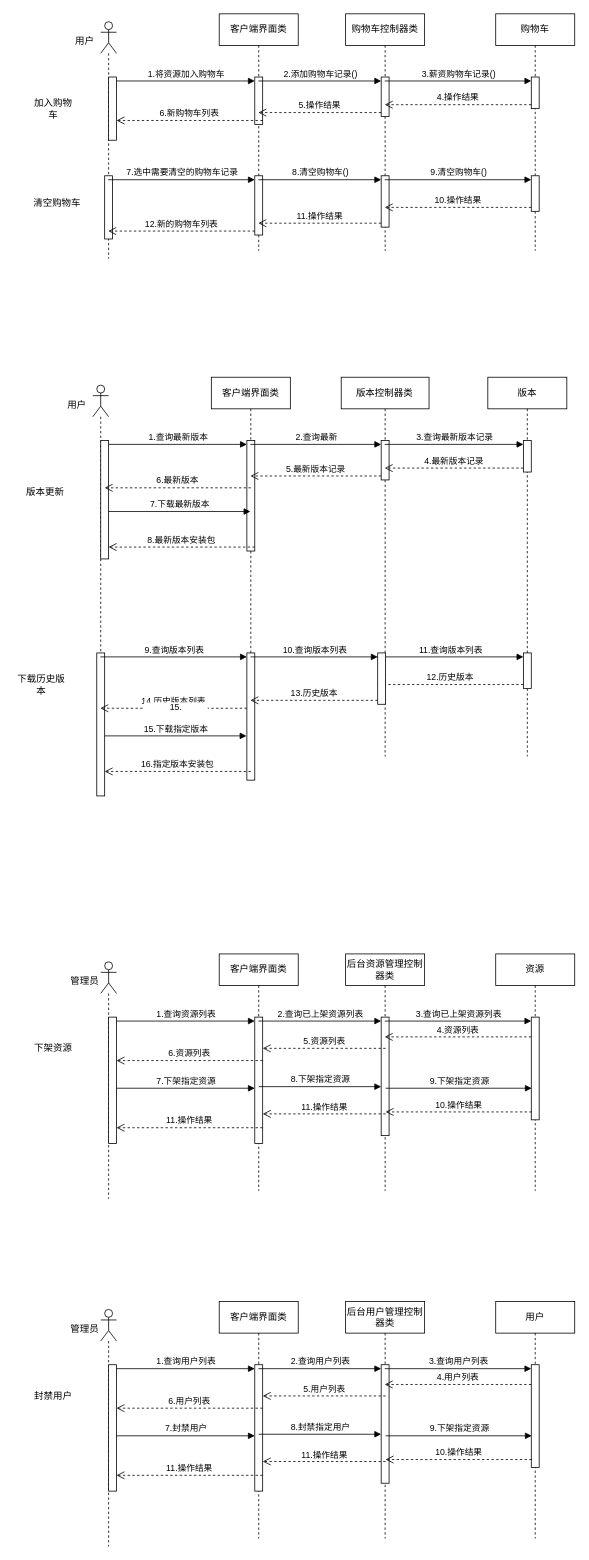
The draw.io diagram 毕设/顺序图.drawio in xiaoguokf/draw.io, before the edit. Source tidied: cells renumbered, new cells numbered last; positions are measured from the earlier drawing's top-left corner, leaving out a move shared by most shapes. Both pictures are drawn from the tidied source at 79%, with x=0, y=0 at pixel (13, 13).
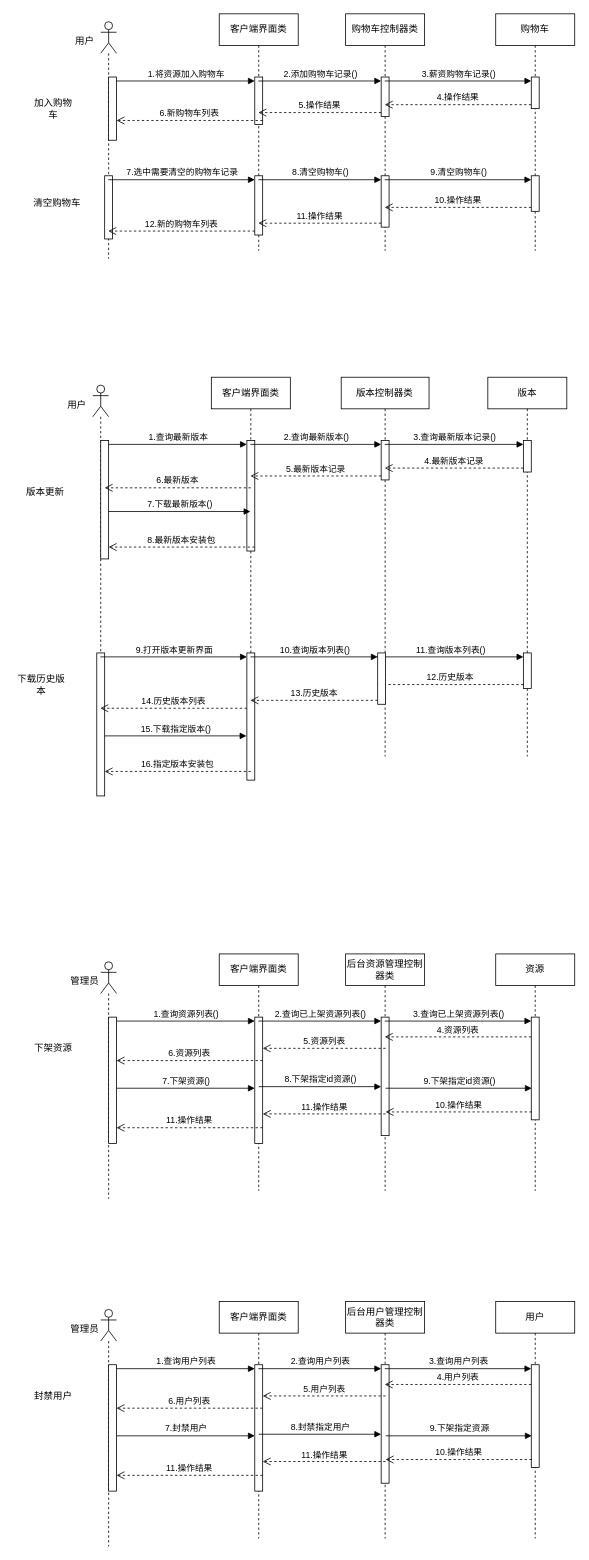
Above is the later version.

Commit message (it also covers changes not shown here):
更新顺序图.drawio

Unchanged cells that the change refers to:
```xml
<mxCell id="31" value="客户端界面类" style="shape=umlLifeline;perimeter=lifelinePerimeter;whiteSpace=wrap;html=1;outlineConnect=0;portConstraint=eastwest;newEdgeStyle={&quot;curved&quot;:0,&quot;rounded&quot;:0};" parent="1" vertex="1">
  <mxGeometry x="250" y="460" width="100" height="460" as="geometry" />
</mxCell>
<mxCell id="33" value="版本控制器类" style="shape=umlLifeline;perimeter=lifelinePerimeter;whiteSpace=wrap;html=1;outlineConnect=0;portConstraint=eastwest;newEdgeStyle={&quot;curved&quot;:0,&quot;rounded&quot;:0};" parent="1" vertex="1">
  <mxGeometry x="414.4" y="460" width="111.2" height="480" as="geometry" />
</mxCell>
<mxCell id="34" style="html=1;points=[[0,0,0,0,5],[0,1,0,0,-5],[1,0,0,0,5],[1,1,0,0,-5]];perimeter=orthogonalPerimeter;outlineConnect=0;targetShapes=umlLifeline;portConstraint=eastwest;newEdgeStyle={&quot;curved&quot;:0,&quot;rounded&quot;:0};" parent="33" vertex="1">
  <mxGeometry x="50.6" y="80" width="10" height="50" as="geometry" />
</mxCell>
<mxCell id="36" style="html=1;points=[[0,0,0,0,5],[0,1,0,0,-5],[1,0,0,0,5],[1,1,0,0,-5]];perimeter=orthogonalPerimeter;outlineConnect=0;targetShapes=umlLifeline;portConstraint=eastwest;newEdgeStyle={&quot;curved&quot;:0,&quot;rounded&quot;:0};" parent="35" vertex="1">
  <mxGeometry x="45" y="80" width="10" height="40" as="geometry" />
</mxCell>
<mxCell id="45" style="html=1;points=[[0,0,0,0,5],[0,1,0,0,-5],[1,0,0,0,5],[1,1,0,0,-5]];perimeter=orthogonalPerimeter;outlineConnect=0;targetShapes=umlLifeline;portConstraint=eastwest;newEdgeStyle={&quot;curved&quot;:0,&quot;rounded&quot;:0};" parent="1" vertex="1">
  <mxGeometry x="295" y="809" width="10" height="161" as="geometry" />
</mxCell>
<mxCell id="46" style="html=1;points=[[0,0,0,0,5],[0,1,0,0,-5],[1,0,0,0,5],[1,1,0,0,-5]];perimeter=orthogonalPerimeter;outlineConnect=0;targetShapes=umlLifeline;portConstraint=eastwest;newEdgeStyle={&quot;curved&quot;:0,&quot;rounded&quot;:0};" parent="1" vertex="1">
  <mxGeometry x="645" y="809" width="10" height="45" as="geometry" />
</mxCell>
<mxCell id="54" style="html=1;points=[[0,0,0,0,5],[0,1,0,0,-5],[1,0,0,0,5],[1,1,0,0,-5]];perimeter=orthogonalPerimeter;outlineConnect=0;targetShapes=umlLifeline;portConstraint=eastwest;newEdgeStyle={&quot;curved&quot;:0,&quot;rounded&quot;:0};" parent="1" vertex="1">
  <mxGeometry x="460.6" y="809" width="10" height="65" as="geometry" />
</mxCell>
<mxCell id="61" style="html=1;points=[[0,0,0,0,5],[0,1,0,0,-5],[1,0,0,0,5],[1,1,0,0,-5]];perimeter=orthogonalPerimeter;outlineConnect=0;targetShapes=umlLifeline;portConstraint=eastwest;newEdgeStyle={&quot;curved&quot;:0,&quot;rounded&quot;:0};" parent="60" vertex="1">
  <mxGeometry x="10" y="70" width="10" height="160" as="geometry" />
</mxCell>
<mxCell id="62" value="客户端界面类" style="shape=umlLifeline;perimeter=lifelinePerimeter;whiteSpace=wrap;html=1;outlineConnect=0;portConstraint=eastwest;newEdgeStyle={&quot;curved&quot;:0,&quot;rounded&quot;:0};" parent="1" vertex="1">
  <mxGeometry x="260" y="1190" width="100" height="300" as="geometry" />
</mxCell>
<mxCell id="63" style="html=1;points=[[0,0,0,0,5],[0,1,0,0,-5],[1,0,0,0,5],[1,1,0,0,-5]];perimeter=orthogonalPerimeter;outlineConnect=0;targetShapes=umlLifeline;portConstraint=eastwest;newEdgeStyle={&quot;curved&quot;:0,&quot;rounded&quot;:0};" parent="62" vertex="1">
  <mxGeometry x="45" y="80" width="10" height="160" as="geometry" />
</mxCell>
<mxCell id="64" value="后台资源管理控制器类" style="shape=umlLifeline;perimeter=lifelinePerimeter;whiteSpace=wrap;html=1;outlineConnect=0;portConstraint=eastwest;newEdgeStyle={&quot;curved&quot;:0,&quot;rounded&quot;:0};" parent="1" vertex="1">
  <mxGeometry x="420" y="1190" width="100" height="300" as="geometry" />
</mxCell>
<mxCell id="65" style="html=1;points=[[0,0,0,0,5],[0,1,0,0,-5],[1,0,0,0,5],[1,1,0,0,-5]];perimeter=orthogonalPerimeter;outlineConnect=0;targetShapes=umlLifeline;portConstraint=eastwest;newEdgeStyle={&quot;curved&quot;:0,&quot;rounded&quot;:0};" parent="64" vertex="1">
  <mxGeometry x="45" y="80" width="10" height="150" as="geometry" />
</mxCell>
<mxCell id="67" style="html=1;points=[[0,0,0,0,5],[0,1,0,0,-5],[1,0,0,0,5],[1,1,0,0,-5]];perimeter=orthogonalPerimeter;outlineConnect=0;targetShapes=umlLifeline;portConstraint=eastwest;newEdgeStyle={&quot;curved&quot;:0,&quot;rounded&quot;:0};" parent="66" vertex="1">
  <mxGeometry x="45" y="80" width="10" height="130" as="geometry" />
</mxCell>
```

Diff of the diagram source:
```diff
@@
-    <mxCell id="40" value="2.查询最新" style="html=1;verticalAlign=bottom;endArrow=block;curved=0;rounded=0;entryX=0;entryY=0;entryDx=0;entryDy=5;" parent="1" edge="1" source="31" target="34">
+    <mxCell id="40" value="2.查询最新版本()" style="html=1;verticalAlign=bottom;endArrow=block;curved=0;rounded=0;entryX=0;entryY=0;entryDx=0;entryDy=5;" parent="1" edge="1" source="31" target="34">
       <mxGeometry relative="1" as="geometry" />
     </mxCell>
@@
-    <mxCell id="42" value="3.查询最新版本记录" style="html=1;verticalAlign=bottom;endArrow=block;curved=0;rounded=0;entryX=0;entryY=0;entryDx=0;entryDy=5;" parent="1" edge="1" source="33" target="36">
+    <mxCell id="42" value="3.查询最新版本记录()" style="html=1;verticalAlign=bottom;endArrow=block;curved=0;rounded=0;entryX=0;entryY=0;entryDx=0;entryDy=5;" parent="1" edge="1" source="33" target="36">
       <mxGeometry relative="1" as="geometry" />
     </mxCell>
@@
-    <mxCell id="48" value="9.查询版本列表" style="html=1;verticalAlign=bottom;endArrow=block;curved=0;rounded=0;entryX=0;entryY=0;entryDx=0;entryDy=5;" parent="1" edge="1" target="45">
+    <mxCell id="48" value="9.打开版本更新界面" style="html=1;verticalAlign=bottom;endArrow=block;curved=0;rounded=0;entryX=0;entryY=0;entryDx=0;entryDy=5;" parent="1" edge="1" target="45">
       <mxGeometry relative="1" as="geometry">
         <mxPoint x="109.5" y="814" as="sourcePoint" />
       </mxGeometry>
     </mxCell>
@@
-    <mxCell id="50" value="10.查询版本列表" style="html=1;verticalAlign=bottom;endArrow=block;curved=0;rounded=0;entryX=0;entryY=0;entryDx=0;entryDy=5;" parent="1" edge="1" target="54">
+    <mxCell id="50" value="10.查询版本列表()" style="html=1;verticalAlign=bottom;endArrow=block;curved=0;rounded=0;entryX=0;entryY=0;entryDx=0;entryDy=5;" parent="1" edge="1" target="54">
       <mxGeometry relative="1" as="geometry">
         <mxPoint x="299.5" y="814" as="sourcePoint" />
       </mxGeometry>
     </mxCell>
@@
-    <mxCell id="52" value="11.查询版本列表" style="html=1;verticalAlign=bottom;endArrow=block;curved=0;rounded=0;entryX=0;entryY=0;entryDx=0;entryDy=5;" parent="1" edge="1" target="46">
+    <mxCell id="52" value="11.查询版本列表()" style="html=1;verticalAlign=bottom;endArrow=block;curved=0;rounded=0;entryX=0;entryY=0;entryDx=0;entryDy=5;" parent="1" edge="1" target="46">
       <mxGeometry relative="1" as="geometry">
         <mxPoint x="459.5" y="814" as="sourcePoint" />
       </mxGeometry>
     </mxCell>
@@
-    <mxCell id="55" value="7.下载最新版本" style="html=1;verticalAlign=bottom;endArrow=block;curved=0;rounded=0;" parent="1" edge="1">
+    <mxCell id="55" value="7.下载最新版本()" style="html=1;verticalAlign=bottom;endArrow=block;curved=0;rounded=0;" parent="1" edge="1">
       <mxGeometry relative="1" as="geometry">
         <mxPoint x="120" y="630" as="sourcePoint" />
         <mxPoint x="299.5" y="630" as="targetPoint" />
       </mxGeometry>
     </mxCell>
@@
-    <mxCell id="58" value="15.&lt;div&gt;&lt;br&gt;&lt;/div&gt;&lt;div&gt;15.下载指定版本&lt;/div&gt;" style="html=1;verticalAlign=bottom;endArrow=block;curved=0;rounded=0;" parent="1" edge="1">
+    <mxCell id="58" value="&lt;div&gt;15.下载指定版本()&lt;/div&gt;" style="html=1;verticalAlign=bottom;endArrow=block;curved=0;rounded=0;" parent="1" edge="1">
       <mxGeometry relative="1" as="geometry">
         <mxPoint x="115" y="914" as="sourcePoint" />
         <mxPoint x="294.5" y="914" as="targetPoint" />
       </mxGeometry>
     </mxCell>
@@
-    <mxCell id="68" value="1.查询资源列表" style="html=1;verticalAlign=bottom;endArrow=block;curved=0;rounded=0;entryX=0;entryY=0;entryDx=0;entryDy=5;entryPerimeter=0;" parent="1" edge="1" source="61" target="63">
+    <mxCell id="68" value="1.查询资源列表()" style="html=1;verticalAlign=bottom;endArrow=block;curved=0;rounded=0;entryX=0;entryY=0;entryDx=0;entryDy=5;entryPerimeter=0;" parent="1" edge="1" source="61" target="63">
       <mxGeometry relative="1" as="geometry" />
     </mxCell>
@@
-    <mxCell id="71" value="2.查询已上架资源列表" style="html=1;verticalAlign=bottom;endArrow=block;curved=0;rounded=0;entryX=0;entryY=0;entryDx=0;entryDy=5;" parent="1" edge="1" source="62" target="65">
+    <mxCell id="71" value="2.查询已上架资源列表()" style="html=1;verticalAlign=bottom;endArrow=block;curved=0;rounded=0;entryX=0;entryY=0;entryDx=0;entryDy=5;" parent="1" edge="1" source="62" target="65">
       <mxGeometry relative="1" as="geometry" />
     </mxCell>
@@
-    <mxCell id="73" value="3.查询已上架资源列表" style="html=1;verticalAlign=bottom;endArrow=block;curved=0;rounded=0;entryX=0;entryY=0;entryDx=0;entryDy=5;" parent="1" edge="1" source="64" target="67">
+    <mxCell id="73" value="3.查询已上架资源列表()" style="html=1;verticalAlign=bottom;endArrow=block;curved=0;rounded=0;entryX=0;entryY=0;entryDx=0;entryDy=5;" parent="1" edge="1" source="64" target="67">
       <mxGeometry relative="1" as="geometry" />
     </mxCell>
@@
-    <mxCell id="76" value="7.下架指定资源" style="html=1;verticalAlign=bottom;endArrow=block;curved=0;rounded=0;entryX=0;entryY=0;entryDx=0;entryDy=5;entryPerimeter=0;" parent="1" edge="1">
+    <mxCell id="76" value="7.下架资源()" style="html=1;verticalAlign=bottom;endArrow=block;curved=0;rounded=0;entryX=0;entryY=0;entryDx=0;entryDy=5;entryPerimeter=0;" parent="1" edge="1">
       <mxGeometry relative="1" as="geometry">
         <mxPoint x="130" y="1360" as="sourcePoint" />
         <mxPoint x="305" y="1360" as="targetPoint" />
       </mxGeometry>
     </mxCell>
@@
-    <mxCell id="78" value="8.下架指定资源" style="html=1;verticalAlign=bottom;endArrow=block;curved=0;rounded=0;entryX=0;entryY=0;entryDx=0;entryDy=5;" parent="1" edge="1">
+    <mxCell id="78" value="8.下架指定id资源()" style="html=1;verticalAlign=bottom;endArrow=block;curved=0;rounded=0;entryX=0;entryY=0;entryDx=0;entryDy=5;" parent="1" edge="1">
       <mxGeometry relative="1" as="geometry">
         <mxPoint x="310" y="1358" as="sourcePoint" />
         <mxPoint x="465" y="1358" as="targetPoint" />
       </mxGeometry>
     </mxCell>
@@
-    <mxCell id="80" value="9.下架指定资源" style="html=1;verticalAlign=bottom;endArrow=block;curved=0;rounded=0;entryX=0;entryY=0;entryDx=0;entryDy=5;" parent="1" edge="1">
+    <mxCell id="80" value="9.下架指定id资源()" style="html=1;verticalAlign=bottom;endArrow=block;curved=0;rounded=0;entryX=0;entryY=0;entryDx=0;entryDy=5;" parent="1" edge="1">
       <mxGeometry relative="1" as="geometry">
         <mxPoint x="470.6" y="1360" as="sourcePoint" />
         <mxPoint x="655.6" y="1360" as="targetPoint" />
       </mxGeometry>
     </mxCell>
```
